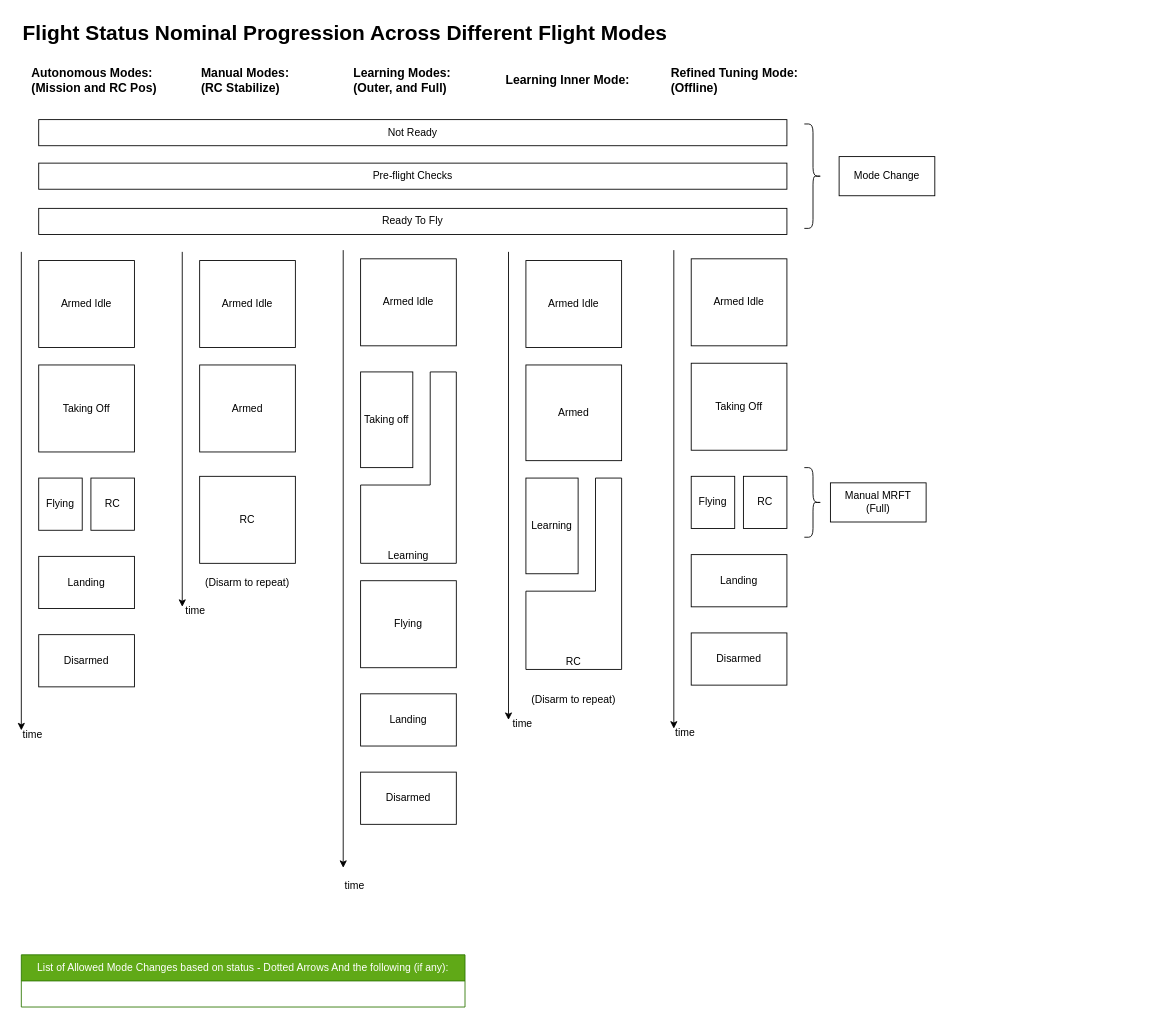
This is Guide/HEAR Software/Flight Modes/flight_states.drawio from DroneLeaf/HEAR_wiki, a draw.io file, before an edit. Source tidied: cells renumbered, new cells numbered last; positions are measured from the earlier drawing's top-left corner, leaving out a move shared by most shapes. Both pictures are drawn from the tidied source at 87%, with x=0, y=0 at pixel (21, 15).
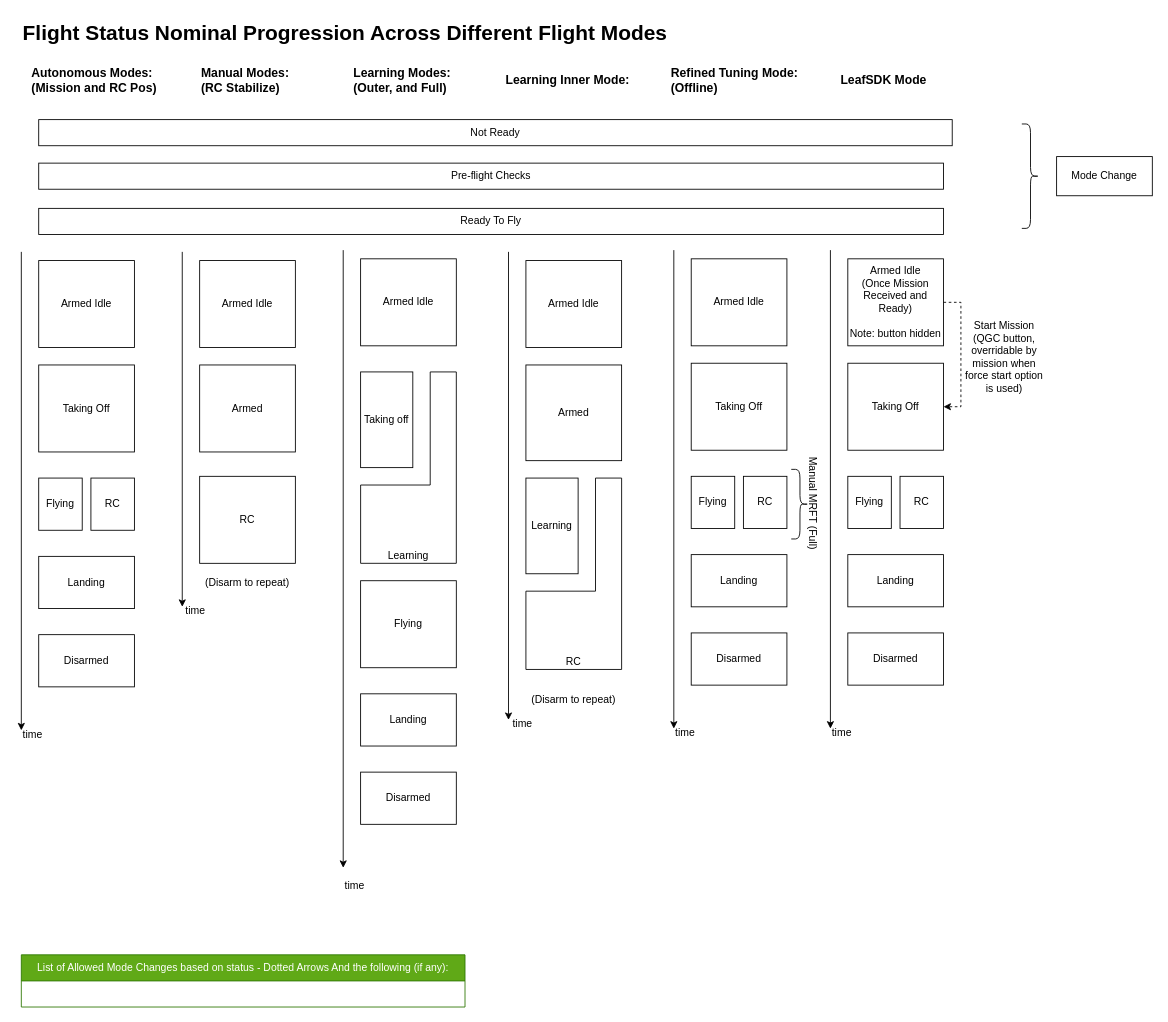
Above is the later version.

Commit message (it also covers changes not shown here):
Added LeafFC profiling + LeafSDK mode to flight_states

Change to the diagram source:
```diff
@@
     <mxCell id="28" value="Not Ready" style="rounded=0;whiteSpace=wrap;html=1;fillColor=none;" parent="1" vertex="1">
-      <mxGeometry x="20" y="120" width="860" height="30" as="geometry" />
+      <mxGeometry x="20" y="120" width="1050" height="30" as="geometry" />
     </mxCell>
@@
     <mxCell id="30" value="Ready To Fly" style="rounded=0;whiteSpace=wrap;html=1;fillColor=none;" parent="1" vertex="1">
-      <mxGeometry x="20" y="222" width="860" height="30" as="geometry" />
+      <mxGeometry x="20" y="222" width="1040" height="30" as="geometry" />
     </mxCell>
@@
     <mxCell id="34" value="Pre-flight Checks" style="rounded=0;whiteSpace=wrap;html=1;fillColor=none;" parent="1" vertex="1">
-      <mxGeometry x="20" y="170" width="860" height="30" as="geometry" />
+      <mxGeometry x="20" y="170" width="1040" height="30" as="geometry" />
     </mxCell>
     <mxCell id="35" style="shape=curlyBracket;whiteSpace=wrap;html=1;rounded=1;flipH=1;labelPosition=right;verticalLabelPosition=middle;align=left;verticalAlign=middle;" parent="1" vertex="1">
-      <mxGeometry x="900" y="125" width="20" height="120" as="geometry" />
+      <mxGeometry x="1150" y="125" width="20" height="120" as="geometry" />
     </mxCell>
     <mxCell id="36" value="Mode Change" style="rounded=0;whiteSpace=wrap;html=1;fillColor=none;" parent="1" vertex="1">
-      <mxGeometry x="940" y="162.5" width="110" height="45" as="geometry" />
+      <mxGeometry x="1190" y="162.5" width="110" height="45" as="geometry" />
     </mxCell>
@@
-    <mxCell id="51" value="Manual MRFT&lt;div&gt;(Full)&lt;/div&gt;" style="rounded=0;whiteSpace=wrap;html=1;fillColor=none;" parent="1" vertex="1">
-      <mxGeometry x="930" y="537.5" width="110" height="45" as="geometry" />
+    <mxCell id="51" value="Manual MRFT&amp;nbsp;&lt;span style=&quot;background-color: transparent; color: light-dark(rgb(0, 0, 0), rgb(255, 255, 255));&quot;&gt;(Full)&lt;/span&gt;" style="rounded=0;whiteSpace=wrap;html=1;fillColor=none;rotation=90;strokeColor=none;" parent="1" vertex="1">
+      <mxGeometry x="850" y="550" width="120" height="22.5" as="geometry" />
     </mxCell>
     <mxCell id="52" style="shape=curlyBracket;whiteSpace=wrap;html=1;rounded=1;flipH=1;labelPosition=right;verticalLabelPosition=middle;align=left;verticalAlign=middle;" parent="1" vertex="1">
-      <mxGeometry x="900" y="520" width="20" height="80" as="geometry" />
+      <mxGeometry x="885" y="522" width="20" height="80" as="geometry" />
     </mxCell>
+    <mxCell id="53" style="edgeStyle=orthogonalEdgeStyle;rounded=0;jettySize=auto;html=1;exitX=1;exitY=0.5;exitDx=0;exitDy=0;entryX=1;entryY=0.5;entryDx=0;entryDy=0;dashed=1;" parent="1" edge="1" source="54" target="55">
+      <mxGeometry relative="1" as="geometry" />
+    </mxCell>
+    <mxCell id="54" value="Armed Idle&lt;br&gt;(Once Mission Received and Ready)&lt;br&gt;&lt;br&gt;Note: button hidden" style="rounded=0;whiteSpace=wrap;html=1;fillColor=none;" parent="1" vertex="1">
+      <mxGeometry x="950" y="280" width="110" height="100" as="geometry" />
+    </mxCell>
+    <mxCell id="55" value="Taking Off" style="rounded=0;whiteSpace=wrap;html=1;fillColor=none;" parent="1" vertex="1">
+      <mxGeometry x="950" y="400" width="110" height="100" as="geometry" />
+    </mxCell>
+    <mxCell id="56" style="endArrow=classic;html=1;rounded=0;" parent="1" edge="1">
+      <mxGeometry relative="1" as="geometry">
+        <mxPoint x="930" y="270" as="sourcePoint" />
+        <mxPoint x="930" y="820" as="targetPoint" />
+      </mxGeometry>
+    </mxCell>
+    <mxCell id="57" value="time" style="text;html=1;align=left;verticalAlign=middle;whiteSpace=wrap;rounded=0;" parent="1" vertex="1">
+      <mxGeometry x="930" y="810" width="60" height="30" as="geometry" />
+    </mxCell>
+    <mxCell id="58" value="Flying" style="rounded=0;whiteSpace=wrap;html=1;fillColor=none;" parent="1" vertex="1">
+      <mxGeometry x="950" y="530" width="50" height="60" as="geometry" />
+    </mxCell>
+    <mxCell id="59" value="Landing" style="rounded=0;whiteSpace=wrap;html=1;fillColor=none;" parent="1" vertex="1">
+      <mxGeometry x="950" y="620" width="110" height="60" as="geometry" />
+    </mxCell>
+    <mxCell id="60" value="Disarmed" style="rounded=0;whiteSpace=wrap;html=1;fillColor=none;" parent="1" vertex="1">
+      <mxGeometry x="950" y="710" width="110" height="60" as="geometry" />
+    </mxCell>
+    <mxCell id="61" value="RC" style="rounded=0;whiteSpace=wrap;html=1;fillColor=none;" parent="1" vertex="1">
+      <mxGeometry x="1010" y="530" width="50" height="60" as="geometry" />
+    </mxCell>
+    <mxCell id="62" value="LeafSDK Mode" style="text;html=1;align=left;verticalAlign=middle;whiteSpace=wrap;rounded=0;fontStyle=1;fontSize=14;" parent="1" vertex="1">
+      <mxGeometry x="940" y="60" width="160" height="30" as="geometry" />
+    </mxCell>
+    <mxCell id="63" value="Start Mission&lt;br&gt;(QGC button, overridable by mission when force start option is used)" style="rounded=0;whiteSpace=wrap;html=1;fillColor=none;strokeColor=none;" parent="1" vertex="1">
+      <mxGeometry x="1080" y="345" width="100" height="95" as="geometry" />
+    </mxCell>
```
